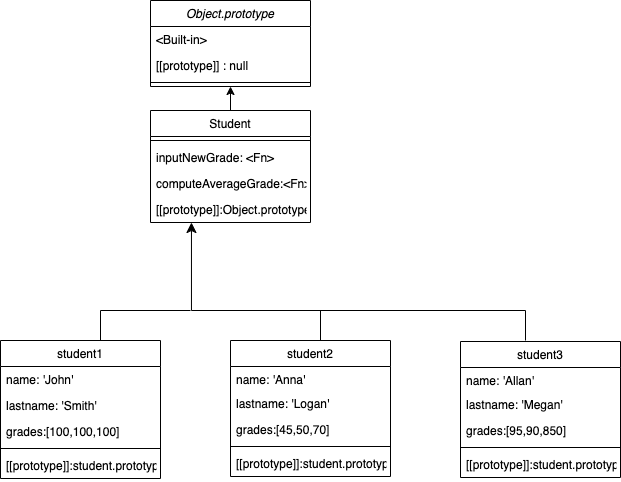
Before: lab6/image/Objectliteralstudent.png, a diagram exported from draw.io (raldin14/WAPLabs). Source tidied: cells renumbered, new cells last; positions are measured from the earlier drawing's top-left corner, leaving out a move shared by most shapes.
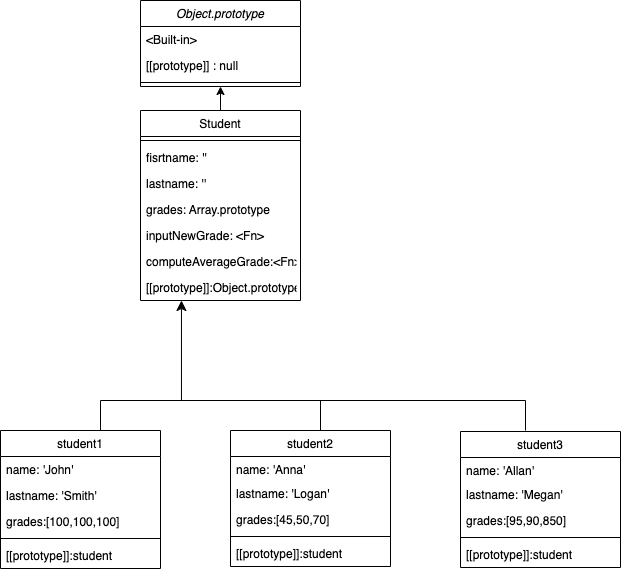
The same file after the commit.

What changed in the source:
```diff
@@ -3,7 +3,7 @@
     <mxCell id="0" />
     <mxCell id="1" parent="0" />
     <mxCell id="2" value="Object.prototype" style="swimlane;fontStyle=2;align=center;verticalAlign=top;horizontal=1;startSize=26;rounded=0;shadow=0;strokeWidth=1;" parent="1" vertex="1">
-      <mxGeometry x="150" width="160" height="86" as="geometry" />
+      <mxGeometry x="140" y="-90" width="160" height="86" as="geometry" />
     </mxCell>
     <mxCell id="3" value="&lt;Built-in&gt;" style="text;align=left;verticalAlign=top;spacingLeft=4;spacingRight=4;overflow=hidden;" parent="2" vertex="1">
       <mxGeometry y="26" width="160" height="26" as="geometry" />
@@ -29,26 +29,35 @@
     <mxCell id="10" style="line;html=1;strokeWidth=1;align=left;verticalAlign=middle;spacingTop=-1;spacingLeft=3;spacingRight=3;labelPosition=right;" parent="6" vertex="1">
       <mxGeometry y="104" width="160" height="8" as="geometry" />
     </mxCell>
-    <mxCell id="11" value="[[prototype]]:student.prototype" style="text;align=left;verticalAlign=top;spacingLeft=4;spacingRight=4;overflow=hidden;" parent="6" vertex="1">
+    <mxCell id="11" value="[[prototype]]:student" style="text;align=left;verticalAlign=top;spacingLeft=4;spacingRight=4;overflow=hidden;" parent="6" vertex="1">
       <mxGeometry y="112" width="160" height="26" as="geometry" />
     </mxCell>
     <mxCell id="12" style="edgeStyle=orthogonalEdgeStyle;rounded=0;jettySize=auto;html=1;exitX=0.438;exitY=0.016;exitDx=0;exitDy=0;entryX=0.5;entryY=1;entryDx=0;entryDy=0;exitPerimeter=0;" parent="1" edge="1" source="13" target="2">
       <mxGeometry relative="1" as="geometry" />
     </mxCell>
     <mxCell id="13" value="Student" style="swimlane;fontStyle=0;align=center;verticalAlign=top;horizontal=1;startSize=26;rounded=0;shadow=0;strokeWidth=1;" parent="1" vertex="1">
-      <mxGeometry x="150" y="110" width="160" height="112" as="geometry" />
+      <mxGeometry x="140" y="20" width="160" height="190" as="geometry" />
     </mxCell>
     <mxCell id="14" style="line;html=1;strokeWidth=1;align=left;verticalAlign=middle;spacingTop=-1;spacingLeft=3;spacingRight=3;labelPosition=right;" parent="13" vertex="1">
       <mxGeometry y="26" width="160" height="8" as="geometry" />
     </mxCell>
+    <mxCell id="33" value="fisrtname: ''" style="text;align=left;verticalAlign=top;spacingLeft=4;spacingRight=4;overflow=hidden;" parent="13" vertex="1">
+      <mxGeometry y="34" width="160" height="26" as="geometry" />
+    </mxCell>
+    <mxCell id="34" value="lastname: ''" style="text;align=left;verticalAlign=top;spacingLeft=4;spacingRight=4;overflow=hidden;" parent="13" vertex="1">
+      <mxGeometry y="60" width="160" height="26" as="geometry" />
+    </mxCell>
+    <mxCell id="35" value="grades: Array.prototype" style="text;align=left;verticalAlign=top;spacingLeft=4;spacingRight=4;overflow=hidden;" parent="13" vertex="1">
+      <mxGeometry y="86" width="160" height="26" as="geometry" />
+    </mxCell>
     <mxCell id="15" value="inputNewGrade: &lt;Fn&gt;" style="text;align=left;verticalAlign=top;spacingLeft=4;spacingRight=4;overflow=hidden;" parent="13" vertex="1">
-      <mxGeometry y="34" width="160" height="26" as="geometry" />
+      <mxGeometry y="112" width="160" height="26" as="geometry" />
     </mxCell>
     <mxCell id="16" value="computeAverageGrade:&lt;Fn&gt;" style="text;align=left;verticalAlign=top;spacingLeft=4;spacingRight=4;overflow=hidden;" parent="13" vertex="1">
-      <mxGeometry y="60" width="160" height="26" as="geometry" />
+      <mxGeometry y="138" width="160" height="26" as="geometry" />
     </mxCell>
     <mxCell id="17" value="[[prototype]]:Object.prototype" style="text;align=left;verticalAlign=top;spacingLeft=4;spacingRight=4;overflow=hidden;points=[[0,0.5],[1,0.5]];portConstraint=eastwest;" parent="13" vertex="1">
-      <mxGeometry y="86" width="160" height="26" as="geometry" />
+      <mxGeometry y="164" width="160" height="26" as="geometry" />
     </mxCell>
     <mxCell id="18" value="student2" style="swimlane;fontStyle=0;align=center;verticalAlign=top;horizontal=1;startSize=26;rounded=0;shadow=0;strokeWidth=1;" parent="1" vertex="1">
       <mxGeometry x="230" y="340" width="160" height="136" as="geometry" />
@@ -65,7 +74,7 @@
     <mxCell id="22" style="line;html=1;strokeWidth=1;align=left;verticalAlign=middle;spacingTop=-1;spacingLeft=3;spacingRight=3;labelPosition=right;" parent="18" vertex="1">
       <mxGeometry y="102" width="160" height="8" as="geometry" />
     </mxCell>
-    <mxCell id="23" value="[[prototype]]:student.prototype" style="text;align=left;verticalAlign=top;spacingLeft=4;spacingRight=4;overflow=hidden;" parent="18" vertex="1">
+    <mxCell id="23" value="[[prototype]]:student" style="text;align=left;verticalAlign=top;spacingLeft=4;spacingRight=4;overflow=hidden;" parent="18" vertex="1">
       <mxGeometry y="110" width="160" height="26" as="geometry" />
     </mxCell>
     <mxCell id="24" style="edgeStyle=elbowEdgeStyle;elbow=vertical;endArrow=classic;html=1;curved=0;rounded=0;endSize=8;startSize=8;exitX=0.5;exitY=0;exitDx=0;exitDy=0;entryX=0.256;entryY=1;entryDx=0;entryDy=0;entryPerimeter=0;" parent="1" edge="1" target="17">
@@ -94,7 +103,7 @@
     <mxCell id="30" style="line;html=1;strokeWidth=1;align=left;verticalAlign=middle;spacingTop=-1;spacingLeft=3;spacingRight=3;labelPosition=right;" parent="26" vertex="1">
       <mxGeometry y="102" width="160" height="8" as="geometry" />
     </mxCell>
-    <mxCell id="31" value="[[prototype]]:student.prototype" style="text;align=left;verticalAlign=top;spacingLeft=4;spacingRight=4;overflow=hidden;" parent="26" vertex="1">
+    <mxCell id="31" value="[[prototype]]:student" style="text;align=left;verticalAlign=top;spacingLeft=4;spacingRight=4;overflow=hidden;" parent="26" vertex="1">
       <mxGeometry y="110" width="160" height="26" as="geometry" />
     </mxCell>
     <mxCell id="32" style="shape=partialRectangle;whiteSpace=wrap;html=1;bottom=0;right=0;fillColor=none;rotation=90;" parent="1" vertex="1">
```
